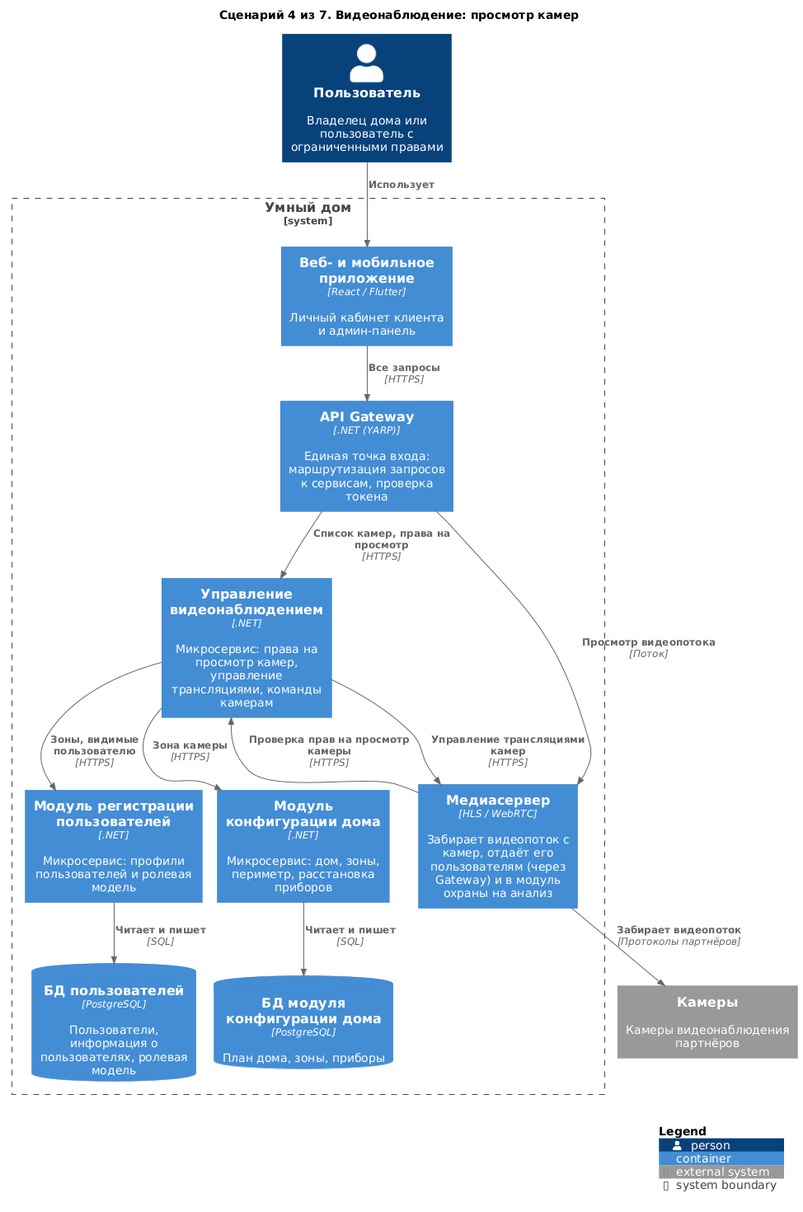
This is diagrams/containers-scenarios/04-video-viewing.png from Lyamin-av/architecture-warmhouse, a PlantUML export, as it was before one commit. The source it was exported from:
```plantuml
@startuml 04-video-viewing
!include <C4/C4_Container>

title Сценарий 4 из 7. Видеонаблюдение: просмотр камер

Person(user, "Пользователь", "Владелец дома или пользователь с ограниченными правами")

System_Boundary(Warmhouse, "Умный дом") {
    Container(apps, "Веб- и мобильное приложение", "React / Flutter", "Личный кабинет клиента и админ-панель")
    Container(Gateway, "API Gateway", ".NET (YARP)", "Единая точка входа: маршрутизация запросов к сервисам, проверка токена")
    Container(VideoControl, "Управление видеонаблюдением", ".NET", "Микросервис: права на просмотр камер, управление трансляциями, команды камерам")
    Container(MediaServer, "Медиасервер", "HLS / WebRTC", "Забирает видеопоток с камер, отдаёт его пользователям (через Gateway) и в модуль охраны на анализ")
    Container(Users, "Модуль регистрации пользователей", ".NET", "Микросервис: профили пользователей и ролевая модель")
    Container(HouseConfigurator, "Модуль конфигурации дома", ".NET", "Микросервис: дом, зоны, периметр, расстановка приборов")
    ContainerDb(dbHC, "БД модуля конфигурации дома", "PostgreSQL", "План дома, зоны, приборы")
    ContainerDb(dbUsers, "БД пользователей", "PostgreSQL", "Пользователи, информация о пользователях, ролевая модель")
}

System_Ext(cameras, "Камеры", "Камеры видеонаблюдения партнёров")

Rel(user, apps, "Использует")
Rel(apps, Gateway, "Все запросы", "HTTPS")
Rel(Gateway, VideoControl, "Список камер, права на просмотр", "HTTPS")
Rel(Gateway, MediaServer, "Просмотр видеопотока", "Поток")
Rel(MediaServer, VideoControl, "Проверка прав на просмотр камеры", "HTTPS")
Rel(VideoControl, MediaServer, "Управление трансляциями камер", "HTTPS")
Rel(VideoControl, HouseConfigurator, "Зона камеры", "HTTPS")
Rel(VideoControl, Users, "Зоны, видимые пользователю", "HTTPS")
Rel(MediaServer, cameras, "Забирает видеопоток", "Протоколы партнёров")

Rel(HouseConfigurator, dbHC, "Читает и пишет", "SQL")
Rel(Users, dbUsers, "Читает и пишет", "SQL")

SHOW_LEGEND()
@enduml
```
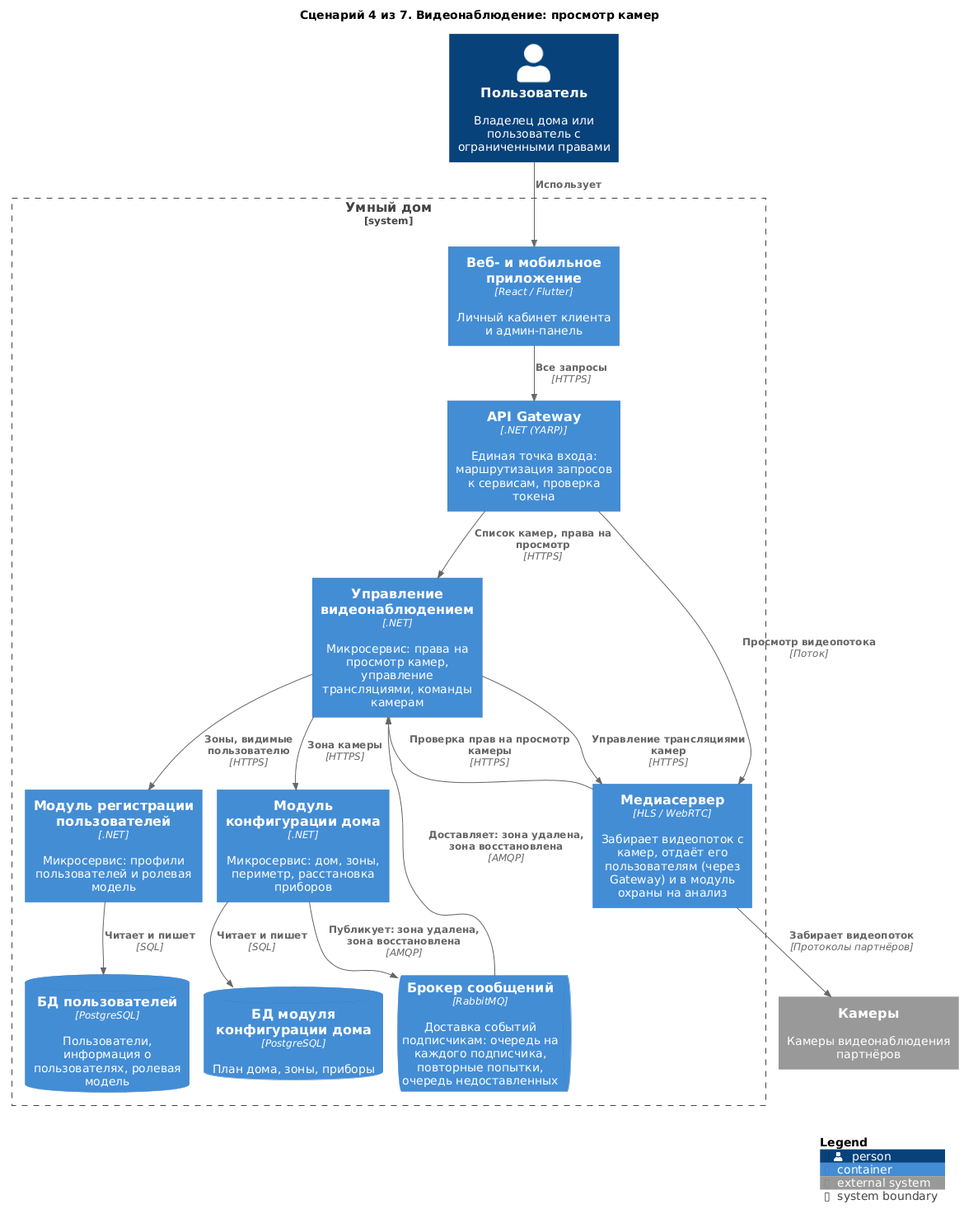
Above is the later version.

The edit, as a diff of the source:
```diff
@@ -12,6 +12,7 @@
     Container(MediaServer, "Медиасервер", "HLS / WebRTC", "Забирает видеопоток с камер, отдаёт его пользователям (через Gateway) и в модуль охраны на анализ")
     Container(Users, "Модуль регистрации пользователей", ".NET", "Микросервис: профили пользователей и ролевая модель")
     Container(HouseConfigurator, "Модуль конфигурации дома", ".NET", "Микросервис: дом, зоны, периметр, расстановка приборов")
+    ContainerQueue(Broker, "Брокер сообщений", "RabbitMQ", "Доставка событий подписчикам: очередь на каждого подписчика, повторные попытки, очередь недоставленных")
     ContainerDb(dbHC, "БД модуля конфигурации дома", "PostgreSQL", "План дома, зоны, приборы")
     ContainerDb(dbUsers, "БД пользователей", "PostgreSQL", "Пользователи, информация о пользователях, ролевая модель")
 }
@@ -30,6 +31,8 @@
 
 Rel(HouseConfigurator, dbHC, "Читает и пишет", "SQL")
 Rel(Users, dbUsers, "Читает и пишет", "SQL")
+Rel(HouseConfigurator, Broker, "Публикует: зона удалена, зона восстановлена", "AMQP")
+Rel(Broker, VideoControl, "Доставляет: зона удалена, зона восстановлена", "AMQP")
 
 SHOW_LEGEND()
 @enduml
```
